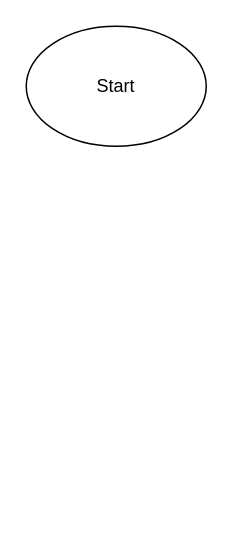
Glebins/mephi_labs keeps this draw.io diagram as labs/lab4/lab4.drawio. Above is the earlier version. Source tidied: cells renumbered, new cells numbered last; positions are measured from the earlier drawing's top-left corner, leaving out a move shared by most shapes. Both pictures are drawn from the tidied source at 150%, with x=0, y=0 at pixel (26, 26).
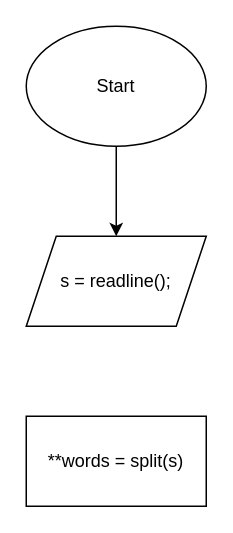
The same diagram, later.

Change to the diagram source:
```diff
@@
 <mxGraphModel>
   <root>
     <mxCell id="0" />
     <mxCell id="1" parent="0" />
+    <mxCell id="3" style="edgeStyle=orthogonalEdgeStyle;rounded=0;jettySize=auto;html=1;" parent="1" edge="1" source="2">
+      <mxGeometry relative="1" as="geometry">
+        <mxPoint x="60" y="140" as="targetPoint" />
+      </mxGeometry>
+    </mxCell>
     <mxCell id="2" value="Start" style="ellipse;whiteSpace=wrap;html=1;" parent="1" vertex="1">
       <mxGeometry width="120" height="80" as="geometry" />
     </mxCell>
+    <mxCell id="4" value="s = readline();" style="shape=parallelogram;perimeter=parallelogramPerimeter;whiteSpace=wrap;html=1;fixedSize=1;" parent="1" vertex="1">
+      <mxGeometry y="140" width="120" height="60" as="geometry" />
+    </mxCell>
+    <mxCell id="5" value="**words = split(s)" style="rounded=0;whiteSpace=wrap;html=1;" parent="1" vertex="1">
+      <mxGeometry y="260" width="120" height="60" as="geometry" />
+    </mxCell>
   </root>
 </mxGraphModel>
```
